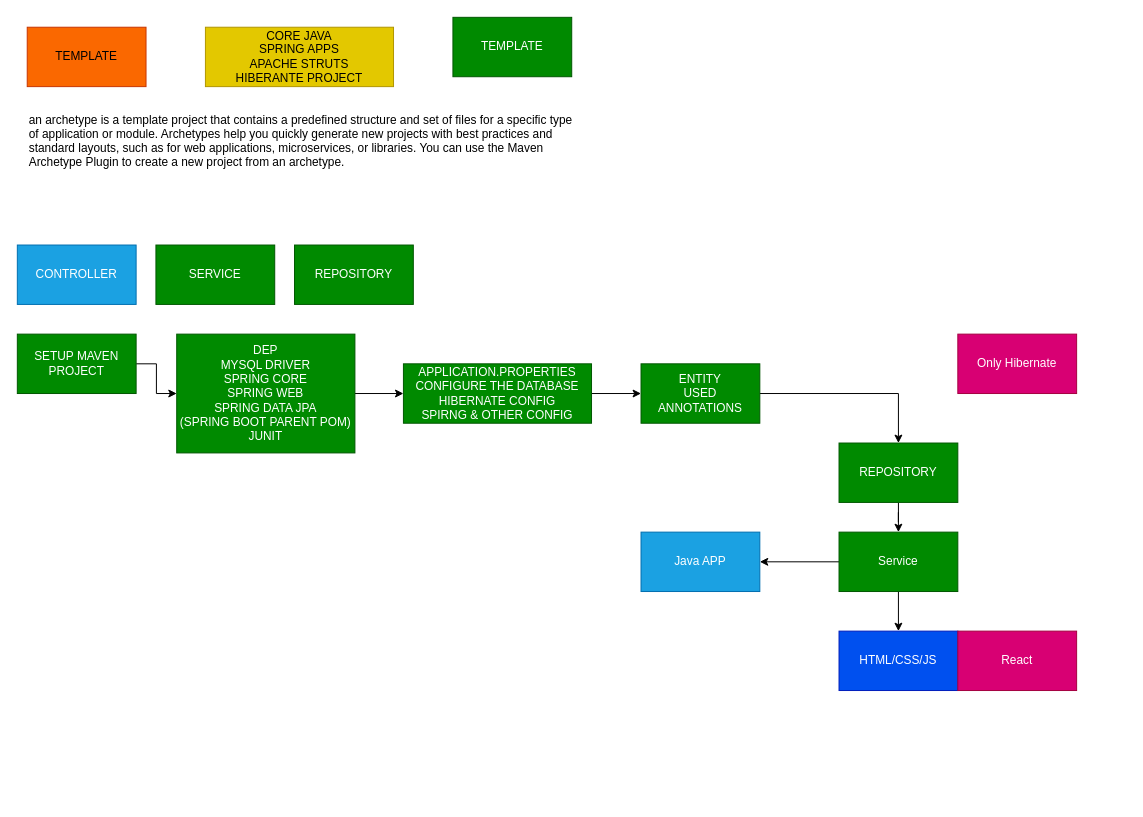
Before: page "WORK" (1 of 5) of drawings/summary and progress.drawio in ASCBLR07JUL2025GIT-HUB-ORG/ASCBLR07JUL2025GIT-REPO, a draw.io diagram. Source tidied: cells renumbered, new cells numbered last; positions are measured from the earlier drawing's top-left corner, leaving out a move shared by most shapes. Both pictures are drawn from the tidied source at 99%, with x=0, y=0 at pixel (17, 17).
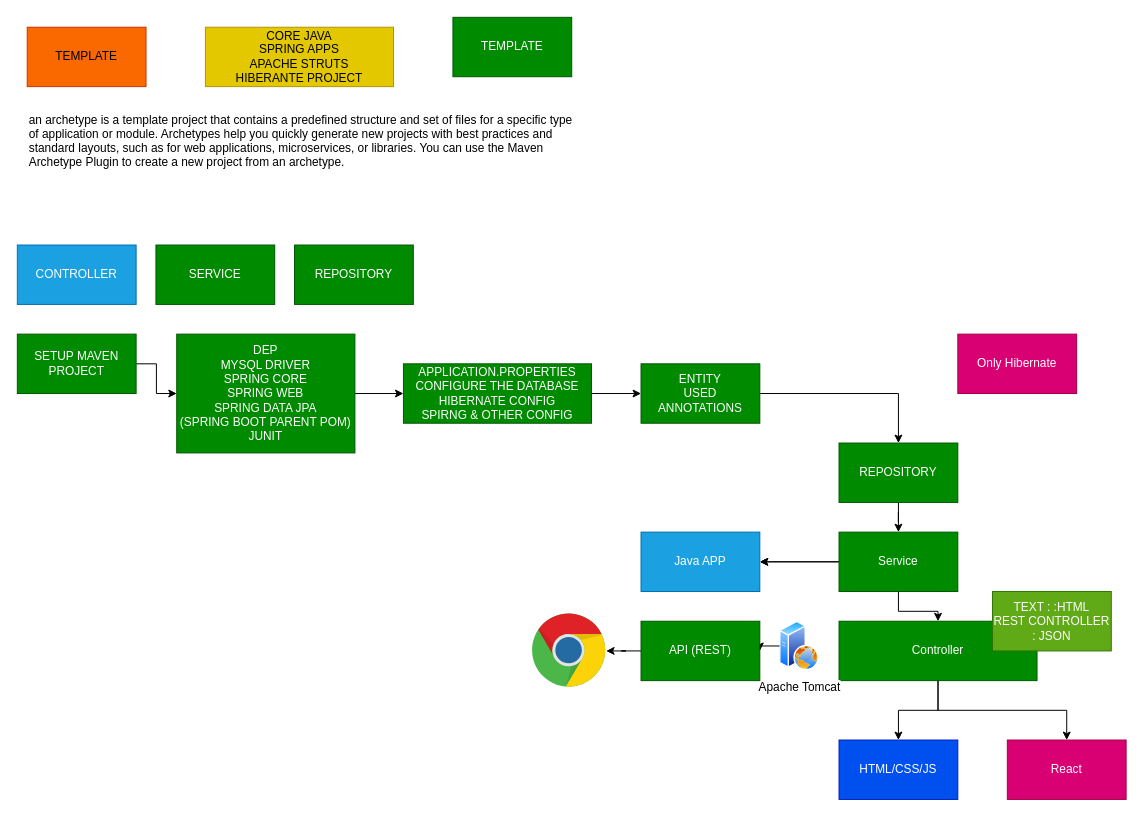
After the change.

Unchanged cells that the change refers to:
```xml
<mxCell id="21" value="Service" style="whiteSpace=wrap;html=1;fillColor=#008a00;strokeColor=#005700;fontColor=#ffffff;rounded=0;" parent="1" vertex="1">
  <mxGeometry x="830" y="520" width="120" height="60" as="geometry" />
</mxCell>
<mxCell id="24" value="Java APP" style="whiteSpace=wrap;html=1;fillColor=#1ba1e2;strokeColor=#006EAF;fontColor=#ffffff;rounded=0;" parent="1" vertex="1">
  <mxGeometry x="630" y="520" width="120" height="60" as="geometry" />
</mxCell>
```

What changed in the source:
```diff
@@
-    <mxCell id="19" style="edgeStyle=orthogonalEdgeStyle;rounded=0;jettySize=auto;html=1;" parent="1" edge="1" source="21" target="22">
-      <mxGeometry relative="1" as="geometry" />
-    </mxCell>
@@
+    <mxCell id="26" style="edgeStyle=orthogonalEdgeStyle;rounded=0;jettySize=auto;html=1;" parent="1" edge="1" source="21" target="30">
+      <mxGeometry relative="1" as="geometry" />
+    </mxCell>
+    <mxCell id="27" style="edgeStyle=orthogonalEdgeStyle;rounded=0;jettySize=auto;html=1;" parent="1" edge="1" source="21" target="24">
+      <mxGeometry relative="1" as="geometry" />
+    </mxCell>
@@
     <mxCell id="22" value="HTML/CSS/JS" style="whiteSpace=wrap;html=1;fillColor=#0050ef;strokeColor=#001DBC;fontColor=#ffffff;rounded=0;" parent="1" vertex="1">
-      <mxGeometry x="830" y="620" width="120" height="60" as="geometry" />
+      <mxGeometry x="830" y="730" width="120" height="60" as="geometry" />
     </mxCell>
     <mxCell id="23" value="React" style="whiteSpace=wrap;html=1;fillColor=#d80073;strokeColor=#A50040;fontColor=#ffffff;rounded=0;" parent="1" vertex="1">
-      <mxGeometry x="950" y="620" width="120" height="60" as="geometry" />
+      <mxGeometry x="1000" y="730" width="120" height="60" as="geometry" />
     </mxCell>
@@
+    <mxCell id="28" style="edgeStyle=orthogonalEdgeStyle;rounded=0;jettySize=auto;html=1;" parent="1" edge="1" source="30" target="23">
+      <mxGeometry relative="1" as="geometry" />
+    </mxCell>
+    <mxCell id="29" style="edgeStyle=orthogonalEdgeStyle;rounded=0;jettySize=auto;html=1;" parent="1" edge="1" source="30" target="22">
+      <mxGeometry relative="1" as="geometry" />
+    </mxCell>
+    <mxCell id="30" value="Controller" style="whiteSpace=wrap;html=1;fillColor=#008a00;strokeColor=#005700;fontColor=#ffffff;rounded=0;" parent="1" vertex="1">
+      <mxGeometry x="830" y="610" width="200" height="60" as="geometry" />
+    </mxCell>
+    <mxCell id="31" style="edgeStyle=orthogonalEdgeStyle;rounded=0;jettySize=auto;html=1;" parent="1" edge="1" source="35" target="33">
+      <mxGeometry relative="1" as="geometry" />
+    </mxCell>
+    <mxCell id="32" value="Apache Tomcat" style="image;perimeter=ellipsePerimeter;html=1;align=center;shadow=0;dashed=0;spacingTop=3;image=img/lib/active_directory/web_server.svg;" parent="1" vertex="1">
+      <mxGeometry x="770" y="610" width="40" height="50" as="geometry" />
+    </mxCell>
+    <mxCell id="33" style="dashed=0;outlineConnect=0;html=1;align=center;labelPosition=center;verticalLabelPosition=bottom;verticalAlign=top;shape=mxgraph.weblogos.chrome;" parent="1" vertex="1">
+      <mxGeometry x="520" y="602.3" width="74.8" height="75.4" as="geometry" />
+    </mxCell>
+    <mxCell id="34" style="edgeStyle=orthogonalEdgeStyle;rounded=0;jettySize=auto;html=1;" parent="1" edge="1" source="32" target="35">
+      <mxGeometry relative="1" as="geometry" />
+    </mxCell>
+    <mxCell id="35" value="API (REST)" style="whiteSpace=wrap;html=1;fillColor=#008a00;strokeColor=#005700;fontColor=#ffffff;rounded=0;" parent="1" vertex="1">
+      <mxGeometry x="630" y="610" width="120" height="60" as="geometry" />
+    </mxCell>
+    <mxCell id="36" value="TEXT : :HTML&lt;div&gt;REST CONTROLLER : JSON&lt;/div&gt;" style="whiteSpace=wrap;html=1;fillColor=#60a917;strokeColor=#2D7600;fontColor=#ffffff;rounded=0;" parent="1" vertex="1">
+      <mxGeometry x="985" y="580" width="120" height="60" as="geometry" />
+    </mxCell>
```
